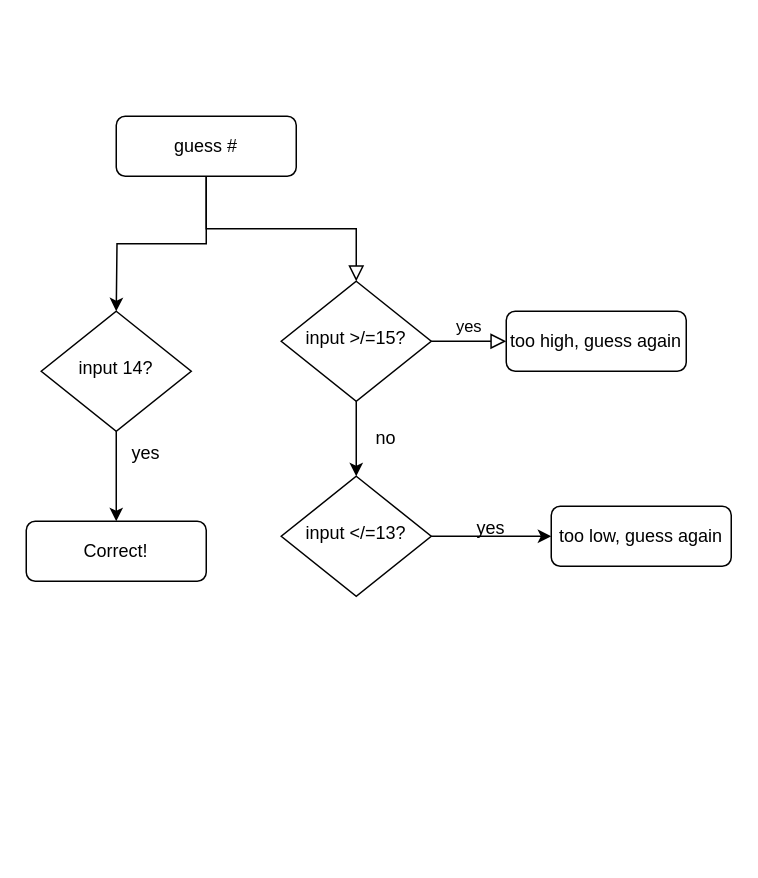
The draw.io diagram mod 4 assignment.drawio in mhess33-bit/computinglogicivytechh, before the edit. Source tidied: cells renumbered, new cells numbered last; positions are measured from the earlier drawing's top-left corner, leaving out a move shared by most shapes. Both pictures are drawn from the tidied source at 150%, with x=0, y=0 at pixel (26, 116).
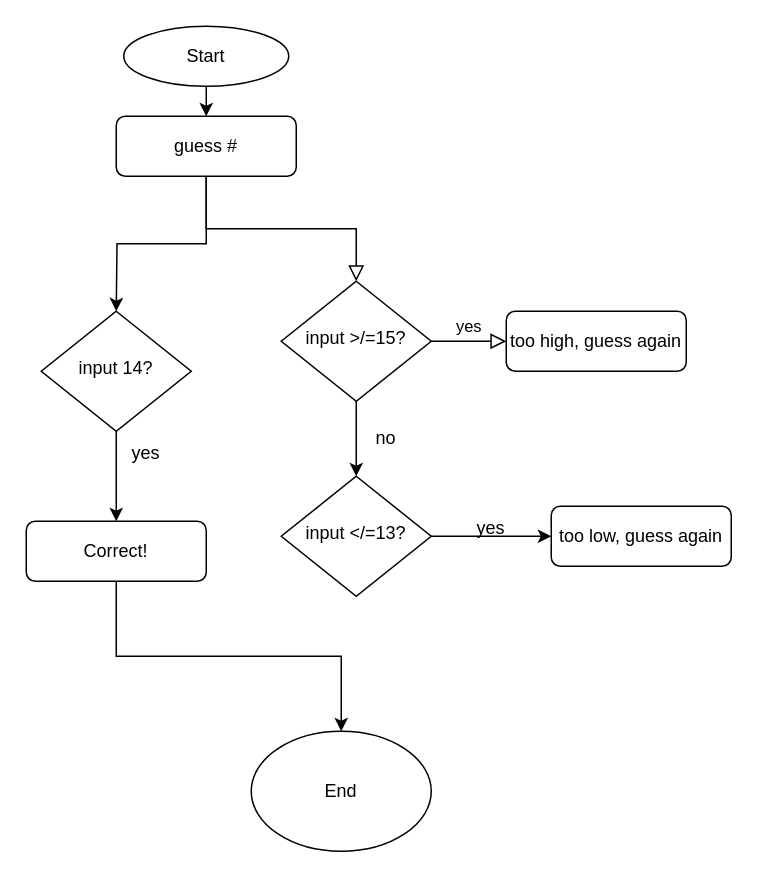
The same page after the edit.

Commit message:
Module 4 - Exercise 1 Flowcharting - Marissa Hess.

Unchanged cells that the change refers to:
```xml
<mxCell id="4" value="guess #" style="rounded=1;whiteSpace=wrap;html=1;fontSize=12;glass=0;strokeWidth=1;shadow=0;" parent="1" vertex="1">
  <mxGeometry x="60" width="120" height="40" as="geometry" />
</mxCell>
<mxCell id="16" value="Correct!" style="rounded=1;whiteSpace=wrap;html=1;fontSize=12;glass=0;strokeWidth=1;shadow=0;" parent="1" vertex="1">
  <mxGeometry y="270" width="120" height="40" as="geometry" />
</mxCell>
```

Diff of the diagram source:
```diff
@@
+    <mxCell id="18" style="edgeStyle=orthogonalEdgeStyle;rounded=0;jettySize=auto;html=1;exitX=0.5;exitY=1;exitDx=0;exitDy=0;entryX=0.5;entryY=0;entryDx=0;entryDy=0;" parent="1" edge="1" source="16" target="21">
+      <mxGeometry relative="1" as="geometry" />
+    </mxCell>
@@
+    <mxCell id="19" style="edgeStyle=orthogonalEdgeStyle;rounded=0;jettySize=auto;html=1;exitX=0.5;exitY=1;exitDx=0;exitDy=0;entryX=0.5;entryY=0;entryDx=0;entryDy=0;" parent="1" edge="1" source="20" target="4">
+      <mxGeometry relative="1" as="geometry" />
+    </mxCell>
+    <mxCell id="20" value="Start" style="ellipse;whiteSpace=wrap;html=1;" parent="1" vertex="1">
+      <mxGeometry x="65" y="-60" width="110" height="40" as="geometry" />
+    </mxCell>
+    <mxCell id="21" value="End" style="ellipse;whiteSpace=wrap;html=1;" parent="1" vertex="1">
+      <mxGeometry x="150" y="410" width="120" height="80" as="geometry" />
+    </mxCell>
```
